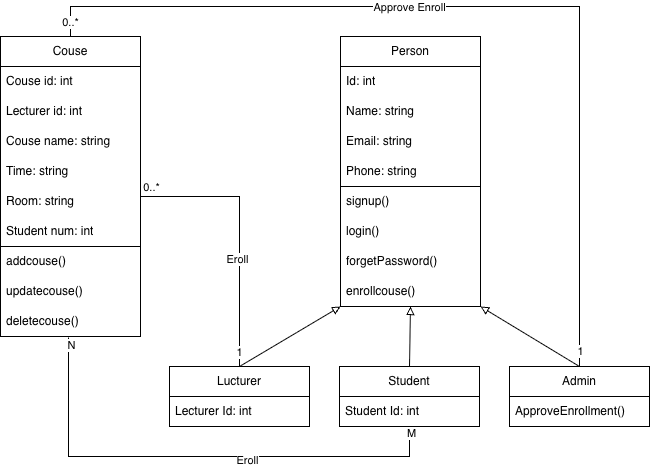
This is Week5/Activity 1/College project Class Diagram.drawio.png from willtbing/Yoobee_MSE800, a draw.io export, as it was before one commit. Source tidied: cells renumbered, new cells last; positions are measured from the earlier drawing's top-left corner, leaving out a move shared by most shapes. The source it was exported from:
```xml
<mxGraphModel>
  <root>
    <mxCell id="0" />
    <mxCell id="1" parent="0" />
    <mxCell id="2" value="Couse" style="swimlane;fontStyle=0;horizontal=1;startSize=30;whiteSpace=wrap;html=1;" parent="1" vertex="1">
      <mxGeometry y="30" width="140" height="210" as="geometry" />
    </mxCell>
    <mxCell id="3" value="Couse id: int" style="text;strokeColor=none;fillColor=none;align=left;verticalAlign=middle;spacingLeft=4;spacingRight=4;overflow=hidden;whiteSpace=wrap;html=1;" parent="2" vertex="1">
      <mxGeometry y="30" width="140" height="30" as="geometry" />
    </mxCell>
    <mxCell id="4" value="Lecturer id: int" style="text;strokeColor=none;fillColor=none;align=left;verticalAlign=middle;spacingLeft=4;spacingRight=4;overflow=hidden;whiteSpace=wrap;html=1;" parent="2" vertex="1">
      <mxGeometry y="60" width="140" height="30" as="geometry" />
    </mxCell>
    <mxCell id="5" value="Couse name: string" style="text;strokeColor=none;fillColor=none;align=left;verticalAlign=middle;spacingLeft=4;spacingRight=4;overflow=hidden;whiteSpace=wrap;html=1;" parent="2" vertex="1">
      <mxGeometry y="90" width="140" height="30" as="geometry" />
    </mxCell>
    <mxCell id="6" value="Time: string" style="text;strokeColor=none;fillColor=none;align=left;verticalAlign=middle;spacingLeft=4;spacingRight=4;overflow=hidden;whiteSpace=wrap;html=1;" parent="2" vertex="1">
      <mxGeometry y="120" width="140" height="30" as="geometry" />
    </mxCell>
    <mxCell id="7" value="Room: string" style="text;strokeColor=none;fillColor=none;align=left;verticalAlign=middle;spacingLeft=4;spacingRight=4;overflow=hidden;points=[[0,0.5],[1,0.5]];portConstraint=eastwest;whiteSpace=wrap;html=1;" parent="2" vertex="1">
      <mxGeometry y="150" width="140" height="30" as="geometry" />
    </mxCell>
    <mxCell id="8" value="Student num: int" style="text;strokeColor=none;fillColor=none;align=left;verticalAlign=middle;spacingLeft=4;spacingRight=4;overflow=hidden;whiteSpace=wrap;html=1;" parent="2" vertex="1">
      <mxGeometry y="180" width="140" height="30" as="geometry" />
    </mxCell>
    <mxCell id="9" style="swimlane;fontStyle=0;horizontal=1;startSize=0;whiteSpace=wrap;html=1;" parent="1" vertex="1">
      <mxGeometry y="240" width="140" height="90" as="geometry" />
    </mxCell>
    <mxCell id="10" value="addcouse()" style="text;strokeColor=none;fillColor=none;align=left;verticalAlign=middle;spacingLeft=4;spacingRight=4;overflow=hidden;whiteSpace=wrap;html=1;" parent="9" vertex="1">
      <mxGeometry width="140" height="30" as="geometry" />
    </mxCell>
    <mxCell id="11" value="updatecouse()" style="text;strokeColor=none;fillColor=none;align=left;verticalAlign=middle;spacingLeft=4;spacingRight=4;overflow=hidden;whiteSpace=wrap;html=1;" parent="9" vertex="1">
      <mxGeometry y="30" width="140" height="30" as="geometry" />
    </mxCell>
    <mxCell id="12" value="deletecouse()" style="text;strokeColor=none;fillColor=none;align=left;verticalAlign=middle;spacingLeft=4;spacingRight=4;overflow=hidden;points=[[0,0.5],[1,0.5]];portConstraint=eastwest;whiteSpace=wrap;html=1;" parent="9" vertex="1">
      <mxGeometry y="60" width="140" height="30" as="geometry" />
    </mxCell>
    <mxCell id="13" value="Person" style="swimlane;fontStyle=0;horizontal=1;startSize=30;whiteSpace=wrap;html=1;" parent="1" vertex="1">
      <mxGeometry x="340" y="30" width="140" height="150" as="geometry" />
    </mxCell>
    <mxCell id="14" value="Id: int" style="text;strokeColor=none;fillColor=none;align=left;verticalAlign=middle;spacingLeft=4;spacingRight=4;overflow=hidden;whiteSpace=wrap;html=1;" parent="13" vertex="1">
      <mxGeometry y="30" width="140" height="30" as="geometry" />
    </mxCell>
    <mxCell id="15" value="Name: string" style="text;strokeColor=none;fillColor=none;align=left;verticalAlign=middle;spacingLeft=4;spacingRight=4;overflow=hidden;whiteSpace=wrap;html=1;" parent="13" vertex="1">
      <mxGeometry y="60" width="140" height="30" as="geometry" />
    </mxCell>
    <mxCell id="16" value="Email: string" style="text;strokeColor=none;fillColor=none;align=left;verticalAlign=middle;spacingLeft=4;spacingRight=4;overflow=hidden;whiteSpace=wrap;html=1;" parent="13" vertex="1">
      <mxGeometry y="90" width="140" height="30" as="geometry" />
    </mxCell>
    <mxCell id="17" value="Phone: string" style="text;strokeColor=none;fillColor=none;align=left;verticalAlign=middle;spacingLeft=4;spacingRight=4;overflow=hidden;whiteSpace=wrap;html=1;" parent="13" vertex="1">
      <mxGeometry y="120" width="140" height="30" as="geometry" />
    </mxCell>
    <mxCell id="18" style="swimlane;fontStyle=0;horizontal=1;startSize=0;whiteSpace=wrap;html=1;" parent="1" vertex="1">
      <mxGeometry x="340" y="180" width="140" height="120" as="geometry" />
    </mxCell>
    <mxCell id="19" value="signup()" style="text;strokeColor=none;fillColor=none;align=left;verticalAlign=middle;spacingLeft=4;spacingRight=4;overflow=hidden;whiteSpace=wrap;html=1;" parent="18" vertex="1">
      <mxGeometry width="140" height="30" as="geometry" />
    </mxCell>
    <mxCell id="20" value="login()" style="text;strokeColor=none;fillColor=none;align=left;verticalAlign=middle;spacingLeft=4;spacingRight=4;overflow=hidden;whiteSpace=wrap;html=1;" parent="18" vertex="1">
      <mxGeometry y="30" width="140" height="30" as="geometry" />
    </mxCell>
    <mxCell id="21" value="forgetPassword()" style="text;strokeColor=none;fillColor=none;align=left;verticalAlign=middle;spacingLeft=4;spacingRight=4;overflow=hidden;whiteSpace=wrap;html=1;" parent="18" vertex="1">
      <mxGeometry y="60" width="140" height="30" as="geometry" />
    </mxCell>
    <mxCell id="22" value="enrollcouse()" style="text;strokeColor=none;fillColor=none;align=left;verticalAlign=middle;spacingLeft=4;spacingRight=4;overflow=hidden;whiteSpace=wrap;html=1;" parent="18" vertex="1">
      <mxGeometry y="90" width="140" height="30" as="geometry" />
    </mxCell>
    <mxCell id="23" value="Lucturer" style="swimlane;fontStyle=0;horizontal=1;startSize=30;whiteSpace=wrap;html=1;" parent="1" vertex="1">
      <mxGeometry x="169" y="360" width="140" height="60" as="geometry" />
    </mxCell>
    <mxCell id="24" value="Lecturer Id: int" style="text;strokeColor=none;fillColor=none;align=left;verticalAlign=middle;spacingLeft=4;spacingRight=4;overflow=hidden;whiteSpace=wrap;html=1;" parent="23" vertex="1">
      <mxGeometry y="30" width="140" height="30" as="geometry" />
    </mxCell>
    <mxCell id="25" style="endArrow=block;html=1;rounded=0;entryX=0;entryY=1;entryDx=0;entryDy=0;endFill=0;exitX=0.5;exitY=0;exitDx=0;exitDy=0;" parent="1" edge="1" source="23" target="18">
      <mxGeometry relative="1" as="geometry" />
    </mxCell>
    <mxCell id="26" value="Student" style="swimlane;fontStyle=0;horizontal=1;startSize=30;whiteSpace=wrap;html=1;" parent="1" vertex="1">
      <mxGeometry x="339" y="360" width="140" height="60" as="geometry" />
    </mxCell>
    <mxCell id="27" value="Student Id: int" style="text;strokeColor=none;fillColor=none;align=left;verticalAlign=middle;spacingLeft=4;spacingRight=4;overflow=hidden;whiteSpace=wrap;html=1;" parent="26" vertex="1">
      <mxGeometry y="30" width="140" height="30" as="geometry" />
    </mxCell>
    <mxCell id="28" style="endArrow=block;html=1;rounded=0;entryX=0.5;entryY=1;entryDx=0;entryDy=0;endFill=0;exitX=0.5;exitY=0;exitDx=0;exitDy=0;" parent="1" edge="1" source="26" target="18">
      <mxGeometry relative="1" as="geometry" />
    </mxCell>
    <mxCell id="29" value="Admin" style="swimlane;fontStyle=0;horizontal=1;startSize=30;whiteSpace=wrap;html=1;" parent="1" vertex="1">
      <mxGeometry x="509" y="360" width="140" height="60" as="geometry" />
    </mxCell>
    <mxCell id="30" value="ApproveEnrollment()" style="text;strokeColor=none;fillColor=none;align=left;verticalAlign=middle;spacingLeft=4;spacingRight=4;overflow=hidden;whiteSpace=wrap;html=1;" parent="29" vertex="1">
      <mxGeometry y="30" width="140" height="30" as="geometry" />
    </mxCell>
    <mxCell id="31" style="endArrow=block;html=1;rounded=0;entryX=1;entryY=1;entryDx=0;entryDy=0;endFill=0;exitX=0.5;exitY=0;exitDx=0;exitDy=0;" parent="1" edge="1" source="29" target="18">
      <mxGeometry relative="1" as="geometry" />
    </mxCell>
    <mxCell id="32" style="edgeStyle=elbowEdgeStyle;elbow=vertical;endArrow=none;html=1;curved=0;rounded=0;endSize=8;startSize=8;exitX=0.5;exitY=0;exitDx=0;exitDy=0;endFill=0;entryX=1;entryY=0.5;entryDx=0;entryDy=0;" parent="1" edge="1" source="23" target="7">
      <mxGeometry relative="1" as="geometry">
        <Array as="points">
          <mxPoint x="230" y="190" />
        </Array>
      </mxGeometry>
    </mxCell>
    <mxCell id="33" value="Eroll" style="edgeLabel;html=1;align=center;verticalAlign=middle;" parent="32" vertex="1">
      <mxGeometry x="-0.21" y="3" relative="1" as="geometry" />
    </mxCell>
    <mxCell id="34" value="1" style="edgeLabel;html=1;align=center;verticalAlign=middle;" parent="32" vertex="1">
      <mxGeometry x="-0.89" y="1" relative="1" as="geometry" />
    </mxCell>
    <mxCell id="35" value="0..*" style="edgeLabel;html=1;align=center;verticalAlign=middle;" parent="32" vertex="1">
      <mxGeometry x="0.93" y="-2" relative="1" as="geometry">
        <mxPoint x="6" y="-8" as="offset" />
      </mxGeometry>
    </mxCell>
    <mxCell id="36" style="edgeStyle=elbowEdgeStyle;elbow=vertical;endArrow=none;html=1;curved=0;rounded=0;endSize=8;startSize=8;exitX=0.5;exitY=1;exitDx=0;exitDy=0;endFill=0;entryX=0.486;entryY=1.033;entryDx=0;entryDy=0;entryPerimeter=0;" parent="1" edge="1" source="26" target="12">
      <mxGeometry relative="1" as="geometry">
        <Array as="points">
          <mxPoint x="240" y="450" />
        </Array>
      </mxGeometry>
    </mxCell>
    <mxCell id="37" value="Eroll" style="edgeLabel;html=1;align=center;verticalAlign=middle;" parent="36" vertex="1">
      <mxGeometry x="-0.21" y="3" relative="1" as="geometry" />
    </mxCell>
    <mxCell id="38" value="M" style="edgeLabel;html=1;align=center;verticalAlign=middle;" parent="36" vertex="1">
      <mxGeometry x="-0.89" y="1" relative="1" as="geometry">
        <mxPoint y="-21" as="offset" />
      </mxGeometry>
    </mxCell>
    <mxCell id="39" value="N" style="edgeLabel;html=1;align=center;verticalAlign=middle;" parent="36" vertex="1">
      <mxGeometry x="0.93" y="-2" relative="1" as="geometry">
        <mxPoint y="-8" as="offset" />
      </mxGeometry>
    </mxCell>
    <mxCell id="40" style="edgeStyle=elbowEdgeStyle;elbow=horizontal;endArrow=none;html=1;curved=0;rounded=0;endSize=8;startSize=8;exitX=0.5;exitY=0;exitDx=0;exitDy=0;entryX=0.5;entryY=0;entryDx=0;entryDy=0;endFill=0;" parent="1" edge="1" source="2" target="29">
      <mxGeometry relative="1" as="geometry">
        <Array as="points">
          <mxPoint x="300" />
        </Array>
      </mxGeometry>
    </mxCell>
    <mxCell id="41" value="Approve Enroll" style="edgeLabel;html=1;align=center;verticalAlign=middle;" parent="40" vertex="1">
      <mxGeometry x="-0.18" relative="1" as="geometry" />
    </mxCell>
    <mxCell id="42" value="1" style="edgeLabel;html=1;align=center;verticalAlign=middle;" parent="40" vertex="1">
      <mxGeometry x="0.96" relative="1" as="geometry" />
    </mxCell>
    <mxCell id="43" value="0..*" style="edgeLabel;html=1;align=center;verticalAlign=middle;" parent="40" vertex="1">
      <mxGeometry x="-0.97" y="1" relative="1" as="geometry" />
    </mxCell>
  </root>
</mxGraphModel>
```
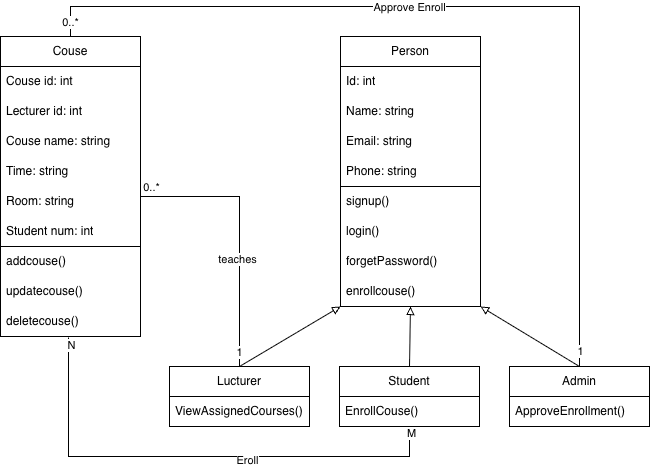
The same file after the commit.

The edit, as a diff of the source:
```diff
@@ -68,7 +68,7 @@
     <mxCell id="23" value="Lucturer" style="swimlane;fontStyle=0;horizontal=1;startSize=30;whiteSpace=wrap;html=1;" parent="1" vertex="1">
       <mxGeometry x="169" y="360" width="140" height="60" as="geometry" />
     </mxCell>
-    <mxCell id="24" value="Lecturer Id: int" style="text;strokeColor=none;fillColor=none;align=left;verticalAlign=middle;spacingLeft=4;spacingRight=4;overflow=hidden;whiteSpace=wrap;html=1;" parent="23" vertex="1">
+    <mxCell id="24" value="ViewAssignedCourses()" style="text;strokeColor=none;fillColor=none;align=left;verticalAlign=middle;spacingLeft=4;spacingRight=4;overflow=hidden;whiteSpace=wrap;html=1;" parent="23" vertex="1">
       <mxGeometry y="30" width="140" height="30" as="geometry" />
     </mxCell>
     <mxCell id="25" style="endArrow=block;html=1;rounded=0;entryX=0;entryY=1;entryDx=0;entryDy=0;endFill=0;exitX=0.5;exitY=0;exitDx=0;exitDy=0;" parent="1" edge="1" source="23" target="18">
@@ -77,7 +77,7 @@
     <mxCell id="26" value="Student" style="swimlane;fontStyle=0;horizontal=1;startSize=30;whiteSpace=wrap;html=1;" parent="1" vertex="1">
       <mxGeometry x="339" y="360" width="140" height="60" as="geometry" />
     </mxCell>
-    <mxCell id="27" value="Student Id: int" style="text;strokeColor=none;fillColor=none;align=left;verticalAlign=middle;spacingLeft=4;spacingRight=4;overflow=hidden;whiteSpace=wrap;html=1;" parent="26" vertex="1">
+    <mxCell id="27" value="EnrollCouse()" style="text;strokeColor=none;fillColor=none;align=left;verticalAlign=middle;spacingLeft=4;spacingRight=4;overflow=hidden;whiteSpace=wrap;html=1;" parent="26" vertex="1">
       <mxGeometry y="30" width="140" height="30" as="geometry" />
     </mxCell>
     <mxCell id="28" style="endArrow=block;html=1;rounded=0;entryX=0.5;entryY=1;entryDx=0;entryDy=0;endFill=0;exitX=0.5;exitY=0;exitDx=0;exitDy=0;" parent="1" edge="1" source="26" target="18">
@@ -99,7 +99,7 @@
         </Array>
       </mxGeometry>
     </mxCell>
-    <mxCell id="33" value="Eroll" style="edgeLabel;html=1;align=center;verticalAlign=middle;" parent="32" vertex="1">
+    <mxCell id="33" value="teaches" style="edgeLabel;html=1;align=center;verticalAlign=middle;" parent="32" vertex="1">
       <mxGeometry x="-0.21" y="3" relative="1" as="geometry" />
     </mxCell>
     <mxCell id="34" value="1" style="edgeLabel;html=1;align=center;verticalAlign=middle;" parent="32" vertex="1">
```
